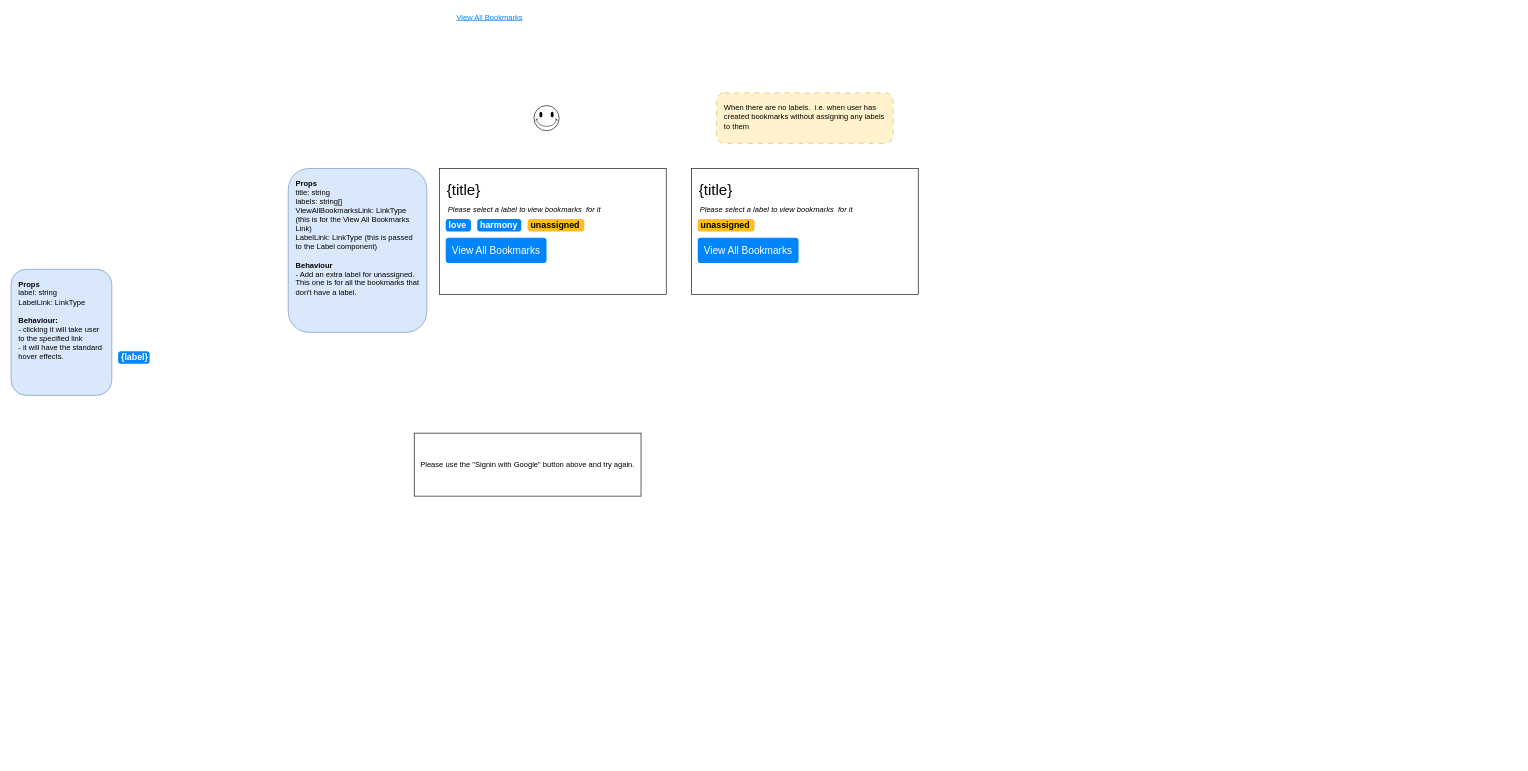
This is page "View All Bookmarks Feature" (8 of 8) of my-hfn-pitstop.drawio from appsparkler/draw.io, a draw.io file, before an edit. Source tidied: cells renumbered, new cells numbered last; positions are measured from the earlier drawing's top-left corner, leaving out a move shared by most shapes. Both pictures are drawn from the tidied source at 63%, with x=0, y=0 at pixel (11, 11). Pictures stored in the file or linked from it are replaced by grey dashed boxes.
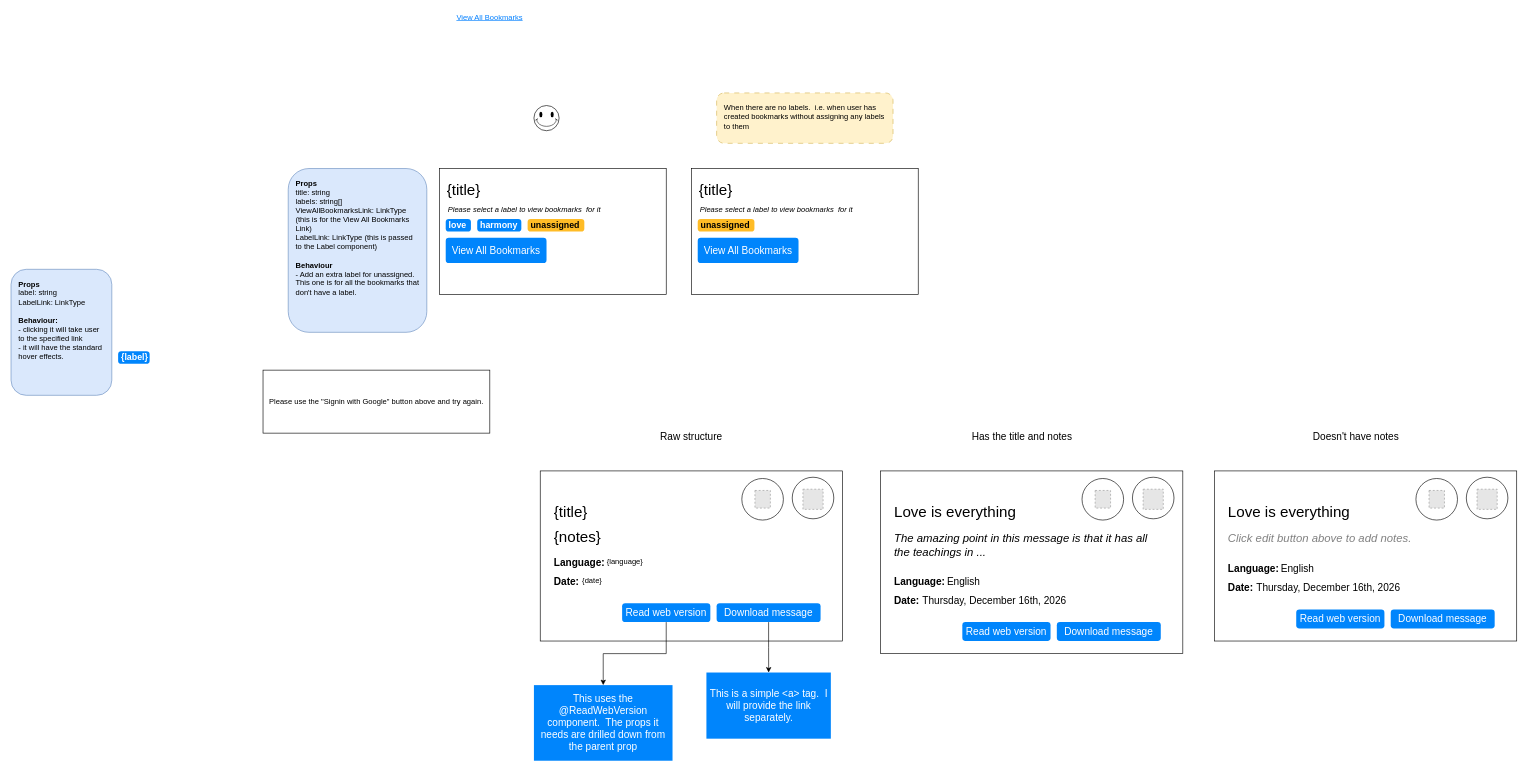
The same diagram, later.

The edit, as a diff of the source:
```diff
@@
     <mxCell id="17" value="Please use the &quot;Signin with Google&quot; button above and try again." style="rounded=0;whiteSpace=wrap;html=1;" parent="1" vertex="1">
-      <mxGeometry x="640" y="670" width="360" height="100" as="geometry" />
+      <mxGeometry x="400" y="570" width="360" height="100" as="geometry" />
     </mxCell>
@@
+    <mxCell id="21" style="rounded=0;whiteSpace=wrap;html=1;" parent="1" vertex="1">
+      <mxGeometry x="840" y="730" width="480" height="270" as="geometry" />
+    </mxCell>
+    <mxCell id="22" value="{title}" style="text;html=1;whiteSpace=wrap;strokeColor=none;fillColor=none;align=left;verticalAlign=middle;rounded=0;fontSize=24;" parent="1" vertex="1">
+      <mxGeometry x="860" y="780" width="110" height="30" as="geometry" />
+    </mxCell>
+    <mxCell id="23" value="{notes}" style="text;html=1;whiteSpace=wrap;strokeColor=none;fillColor=none;align=left;verticalAlign=middle;rounded=0;fontSize=24;" parent="1" vertex="1">
+      <mxGeometry x="860" y="820" width="110" height="30" as="geometry" />
+    </mxCell>
+    <mxCell id="24" value="Language:" style="text;html=1;whiteSpace=wrap;strokeColor=none;fillColor=none;align=left;verticalAlign=middle;rounded=0;fontSize=16;fontStyle=1;" parent="1" vertex="1">
+      <mxGeometry x="860" y="860" width="90" height="30" as="geometry" />
+    </mxCell>
+    <mxCell id="25" value="Date:" style="text;html=1;whiteSpace=wrap;strokeColor=none;fillColor=none;align=left;verticalAlign=middle;rounded=0;fontSize=16;fontStyle=1;" parent="1" vertex="1">
+      <mxGeometry x="860" y="890" width="60" height="30" as="geometry" />
+    </mxCell>
+    <mxCell id="26" value="{language}" style="text;html=1;whiteSpace=wrap;strokeColor=none;fillColor=none;align=left;verticalAlign=middle;rounded=0;" parent="1" vertex="1">
+      <mxGeometry x="944" y="860" width="100" height="30" as="geometry" />
+    </mxCell>
+    <mxCell id="27" value="{date}" style="text;html=1;whiteSpace=wrap;strokeColor=none;fillColor=none;align=left;verticalAlign=middle;rounded=0;" parent="1" vertex="1">
+      <mxGeometry x="905" y="890" width="100" height="30" as="geometry" />
+    </mxCell>
+    <mxCell id="28" style="edgeStyle=orthogonalEdgeStyle;rounded=0;jettySize=auto;html=1;" parent="1" edge="1" source="29" target="66">
+      <mxGeometry relative="1" as="geometry" />
+    </mxCell>
+    <mxCell id="29" value="Read web version" style="html=1;shadow=0;dashed=0;shape=mxgraph.bootstrap.rrect;rSize=5;strokeColor=none;strokeWidth=1;fillColor=#0085FC;fontColor=#FFFFFF;whiteSpace=wrap;align=center;verticalAlign=middle;spacingLeft=0;fontStyle=0;fontSize=16;spacing=5;" parent="1" vertex="1">
+      <mxGeometry x="970" y="940" width="140" height="30" as="geometry" />
+    </mxCell>
+    <mxCell id="30" style="edgeStyle=orthogonalEdgeStyle;rounded=0;jettySize=auto;html=1;" parent="1" edge="1" source="31" target="65">
+      <mxGeometry relative="1" as="geometry" />
+    </mxCell>
+    <mxCell id="31" value="Download message" style="html=1;shadow=0;dashed=0;shape=mxgraph.bootstrap.rrect;rSize=5;strokeColor=none;strokeWidth=1;fillColor=#0085FC;fontColor=#FFFFFF;whiteSpace=wrap;align=center;verticalAlign=middle;spacingLeft=0;fontStyle=0;fontSize=16;spacing=5;" parent="1" vertex="1">
+      <mxGeometry x="1120" y="940" width="165" height="30" as="geometry" />
+    </mxCell>
+    <mxCell id="32" style="ellipse;whiteSpace=wrap;html=1;" parent="1" vertex="1">
+      <mxGeometry x="1160" y="742" width="66" height="66" as="geometry" />
+    </mxCell>
+    <mxCell id="33" style="fillColor=#E6E6E6;strokeColor=#999999;dashed=1;verticalLabelPosition=bottom;labelBackgroundColor=default;verticalAlign=top;" parent="1" vertex="1">
+      <mxGeometry x="1180.8" y="761" width="24.5" height="28" as="geometry" />
+    </mxCell>
+    <mxCell id="34" style="ellipse;whiteSpace=wrap;html=1;" parent="1" vertex="1">
+      <mxGeometry x="1240" y="740" width="66" height="66" as="geometry" />
+    </mxCell>
+    <mxCell id="35" style="fillColor=#E6E6E6;strokeColor=#999999;dashed=1;html=1;verticalAlign=top;verticalLabelPosition=bottom;labelBackgroundColor=#ffffff;" parent="1" vertex="1">
+      <mxGeometry x="1257" y="759" width="32" height="32" as="geometry" />
+    </mxCell>
+    <mxCell id="36" style="rounded=0;whiteSpace=wrap;html=1;" parent="1" vertex="1">
+      <mxGeometry x="1380" y="730" width="480" height="290" as="geometry" />
+    </mxCell>
+    <mxCell id="37" value="Love is everything" style="text;html=1;whiteSpace=wrap;strokeColor=none;fillColor=none;align=left;verticalAlign=middle;rounded=0;fontSize=24;" parent="1" vertex="1">
+      <mxGeometry x="1400" y="780" width="200" height="30" as="geometry" />
+    </mxCell>
+    <mxCell id="38" value="The amazing point in this message is that it has all the teachings in ..." style="text;html=1;whiteSpace=wrap;strokeColor=none;fillColor=none;align=left;verticalAlign=top;rounded=0;fontSize=18;fontStyle=2;" parent="1" vertex="1">
+      <mxGeometry x="1400" y="820" width="430" height="100" as="geometry" />
+    </mxCell>
+    <mxCell id="39" value="Language:" style="text;html=1;whiteSpace=wrap;strokeColor=none;fillColor=none;align=left;verticalAlign=middle;rounded=0;fontSize=16;fontStyle=1;" parent="1" vertex="1">
+      <mxGeometry x="1400" y="890" width="90" height="30" as="geometry" />
+    </mxCell>
+    <mxCell id="40" value="Date:" style="text;html=1;whiteSpace=wrap;strokeColor=none;fillColor=none;align=left;verticalAlign=middle;rounded=0;fontSize=16;fontStyle=1;" parent="1" vertex="1">
+      <mxGeometry x="1400" y="920" width="60" height="30" as="geometry" />
+    </mxCell>
+    <mxCell id="41" value="&lt;font style=&quot;font-size: 16px;&quot;&gt;English&lt;/font&gt;" style="text;html=1;whiteSpace=wrap;strokeColor=none;fillColor=none;align=left;verticalAlign=middle;rounded=0;" parent="1" vertex="1">
+      <mxGeometry x="1484" y="880" width="100" height="50" as="geometry" />
+    </mxCell>
+    <mxCell id="42" value="Thursday, December 16th, 2026" style="text;html=1;whiteSpace=wrap;strokeColor=none;fillColor=none;align=left;verticalAlign=middle;rounded=0;fontSize=16;" parent="1" vertex="1">
+      <mxGeometry x="1445" y="920" width="245" height="30" as="geometry" />
+    </mxCell>
+    <mxCell id="43" value="Read web version" style="html=1;shadow=0;dashed=0;shape=mxgraph.bootstrap.rrect;rSize=5;strokeColor=none;strokeWidth=1;fillColor=#0085FC;fontColor=#FFFFFF;whiteSpace=wrap;align=center;verticalAlign=middle;spacingLeft=0;fontStyle=0;fontSize=16;spacing=5;" parent="1" vertex="1">
+      <mxGeometry x="1510" y="970" width="140" height="30" as="geometry" />
+    </mxCell>
+    <mxCell id="44" value="Download message" style="html=1;shadow=0;dashed=0;shape=mxgraph.bootstrap.rrect;rSize=5;strokeColor=none;strokeWidth=1;fillColor=#0085FC;fontColor=#FFFFFF;whiteSpace=wrap;align=center;verticalAlign=middle;spacingLeft=0;fontStyle=0;fontSize=16;spacing=5;" parent="1" vertex="1">
+      <mxGeometry x="1660" y="970" width="165" height="30" as="geometry" />
+    </mxCell>
+    <mxCell id="45" style="ellipse;whiteSpace=wrap;html=1;" parent="1" vertex="1">
+      <mxGeometry x="1700" y="742" width="66" height="66" as="geometry" />
+    </mxCell>
+    <mxCell id="46" style="fillColor=#E6E6E6;strokeColor=#999999;dashed=1;verticalLabelPosition=bottom;labelBackgroundColor=default;verticalAlign=top;" parent="1" vertex="1">
+      <mxGeometry x="1720.8" y="761" width="24.5" height="28" as="geometry" />
+    </mxCell>
+    <mxCell id="47" style="ellipse;whiteSpace=wrap;html=1;" parent="1" vertex="1">
+      <mxGeometry x="1780" y="740" width="66" height="66" as="geometry" />
+    </mxCell>
+    <mxCell id="48" style="fillColor=#E6E6E6;strokeColor=#999999;dashed=1;html=1;verticalAlign=top;verticalLabelPosition=bottom;labelBackgroundColor=#ffffff;" parent="1" vertex="1">
+      <mxGeometry x="1797" y="759" width="32" height="32" as="geometry" />
+    </mxCell>
+    <mxCell id="49" value="Raw structure" style="text;html=1;whiteSpace=wrap;strokeColor=none;fillColor=none;align=center;verticalAlign=middle;rounded=0;fontSize=16;" parent="1" vertex="1">
+      <mxGeometry x="1005" y="660" width="150" height="30" as="geometry" />
+    </mxCell>
+    <mxCell id="50" value="Has the title and notes" style="text;html=1;whiteSpace=wrap;strokeColor=none;fillColor=none;align=center;verticalAlign=middle;rounded=0;fontSize=16;" parent="1" vertex="1">
+      <mxGeometry x="1510" y="660" width="190" height="30" as="geometry" />
+    </mxCell>
+    <mxCell id="51" style="rounded=0;whiteSpace=wrap;html=1;" parent="1" vertex="1">
+      <mxGeometry x="1910" y="730" width="480" height="270" as="geometry" />
+    </mxCell>
+    <mxCell id="52" value="Love is everything" style="text;html=1;whiteSpace=wrap;strokeColor=none;fillColor=none;align=left;verticalAlign=middle;rounded=0;fontSize=24;" parent="1" vertex="1">
+      <mxGeometry x="1930" y="780" width="200" height="30" as="geometry" />
+    </mxCell>
+    <mxCell id="53" value="Click edit button above to add notes." style="text;html=1;whiteSpace=wrap;strokeColor=none;fillColor=none;align=left;verticalAlign=top;rounded=0;fontSize=18;fontStyle=2;fontColor=#808080;" parent="1" vertex="1">
+      <mxGeometry x="1930" y="820" width="430" height="60" as="geometry" />
+    </mxCell>
+    <mxCell id="54" value="Language:" style="text;html=1;whiteSpace=wrap;strokeColor=none;fillColor=none;align=left;verticalAlign=middle;rounded=0;fontSize=16;fontStyle=1;" parent="1" vertex="1">
+      <mxGeometry x="1930" y="870" width="90" height="30" as="geometry" />
+    </mxCell>
+    <mxCell id="55" value="Date:" style="text;html=1;whiteSpace=wrap;strokeColor=none;fillColor=none;align=left;verticalAlign=middle;rounded=0;fontSize=16;fontStyle=1;" parent="1" vertex="1">
+      <mxGeometry x="1930" y="900" width="60" height="30" as="geometry" />
+    </mxCell>
+    <mxCell id="56" value="&lt;font style=&quot;font-size: 16px;&quot;&gt;English&lt;/font&gt;" style="text;html=1;whiteSpace=wrap;strokeColor=none;fillColor=none;align=left;verticalAlign=middle;rounded=0;" parent="1" vertex="1">
+      <mxGeometry x="2014" y="860" width="100" height="50" as="geometry" />
+    </mxCell>
+    <mxCell id="57" value="Thursday, December 16th, 2026" style="text;html=1;whiteSpace=wrap;strokeColor=none;fillColor=none;align=left;verticalAlign=middle;rounded=0;fontSize=16;" parent="1" vertex="1">
+      <mxGeometry x="1975" y="900" width="245" height="30" as="geometry" />
+    </mxCell>
+    <mxCell id="58" value="Read web version" style="html=1;shadow=0;dashed=0;shape=mxgraph.bootstrap.rrect;rSize=5;strokeColor=none;strokeWidth=1;fillColor=#0085FC;fontColor=#FFFFFF;whiteSpace=wrap;align=center;verticalAlign=middle;spacingLeft=0;fontStyle=0;fontSize=16;spacing=5;" parent="1" vertex="1">
+      <mxGeometry x="2040" y="950" width="140" height="30" as="geometry" />
+    </mxCell>
+    <mxCell id="59" value="Download message" style="html=1;shadow=0;dashed=0;shape=mxgraph.bootstrap.rrect;rSize=5;strokeColor=none;strokeWidth=1;fillColor=#0085FC;fontColor=#FFFFFF;whiteSpace=wrap;align=center;verticalAlign=middle;spacingLeft=0;fontStyle=0;fontSize=16;spacing=5;" parent="1" vertex="1">
+      <mxGeometry x="2190" y="950" width="165" height="30" as="geometry" />
+    </mxCell>
+    <mxCell id="60" style="ellipse;whiteSpace=wrap;html=1;" parent="1" vertex="1">
+      <mxGeometry x="2230" y="742" width="66" height="66" as="geometry" />
+    </mxCell>
+    <mxCell id="61" style="fillColor=#E6E6E6;strokeColor=#999999;dashed=1;verticalLabelPosition=bottom;labelBackgroundColor=default;verticalAlign=top;" parent="1" vertex="1">
+      <mxGeometry x="2250.8" y="761" width="24.5" height="28" as="geometry" />
+    </mxCell>
+    <mxCell id="62" style="ellipse;whiteSpace=wrap;html=1;" parent="1" vertex="1">
+      <mxGeometry x="2310" y="740" width="66" height="66" as="geometry" />
+    </mxCell>
+    <mxCell id="63" style="fillColor=#E6E6E6;strokeColor=#999999;dashed=1;html=1;verticalAlign=top;verticalLabelPosition=bottom;labelBackgroundColor=#ffffff;" parent="1" vertex="1">
+      <mxGeometry x="2327" y="759" width="32" height="32" as="geometry" />
+    </mxCell>
+    <mxCell id="64" value="Doesn't have notes" style="text;html=1;whiteSpace=wrap;strokeColor=none;fillColor=none;align=center;verticalAlign=middle;rounded=0;fontSize=16;" parent="1" vertex="1">
+      <mxGeometry x="2040" y="660" width="190" height="30" as="geometry" />
+    </mxCell>
+    <mxCell id="65" value="This is a simple &amp;lt;a&amp;gt; tag.&amp;nbsp; I will provide the link separately." style="whiteSpace=wrap;html=1;fontSize=16;fillColor=#0085FC;strokeColor=none;fontColor=#FFFFFF;shadow=0;dashed=0;strokeWidth=1;spacingLeft=0;fontStyle=0;spacing=5;" parent="1" vertex="1">
+      <mxGeometry x="1103.8" y="1050" width="197.5" height="105" as="geometry" />
+    </mxCell>
+    <mxCell id="66" value="This uses the @ReadWebVersion component.&amp;nbsp; The props it needs are drilled down from the parent prop" style="whiteSpace=wrap;html=1;fontSize=16;fillColor=#0085FC;strokeColor=none;fontColor=#FFFFFF;shadow=0;dashed=0;strokeWidth=1;spacingLeft=0;fontStyle=0;spacing=5;" parent="1" vertex="1">
+      <mxGeometry x="830" y="1070" width="220" height="120" as="geometry" />
+    </mxCell>
```
